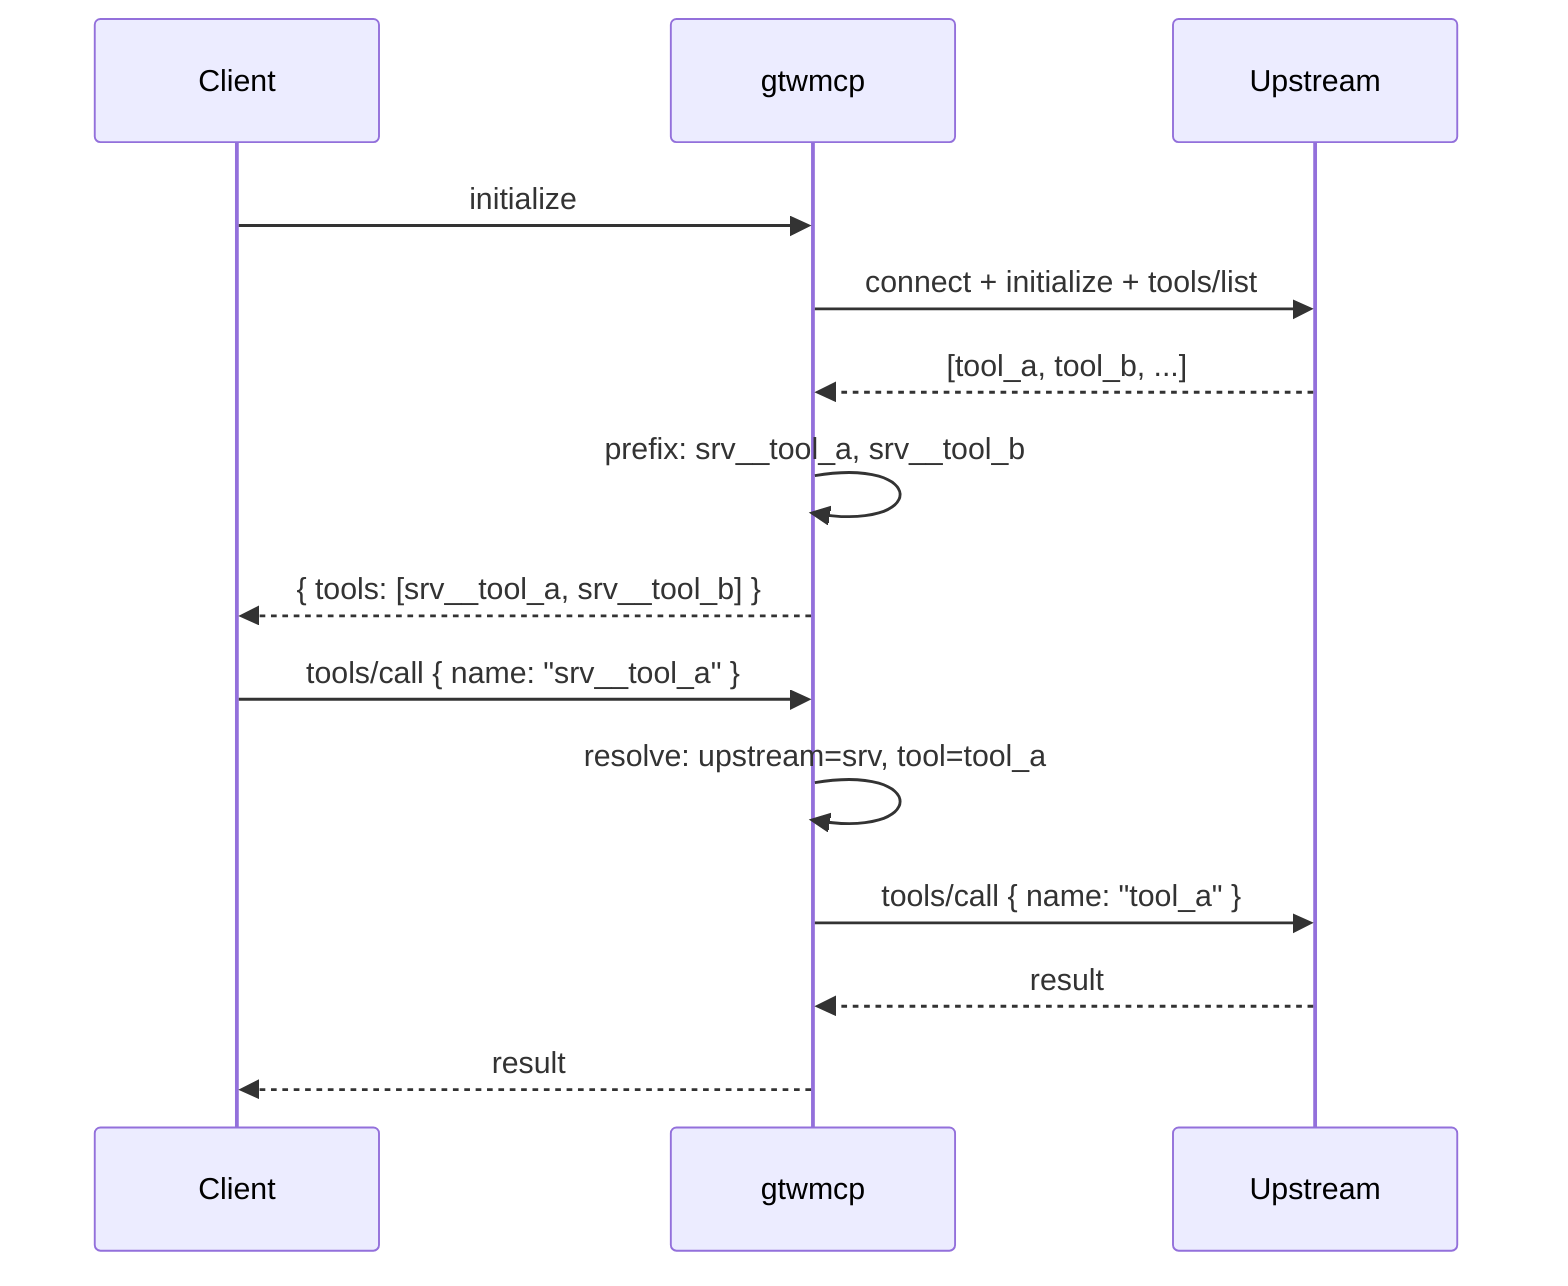
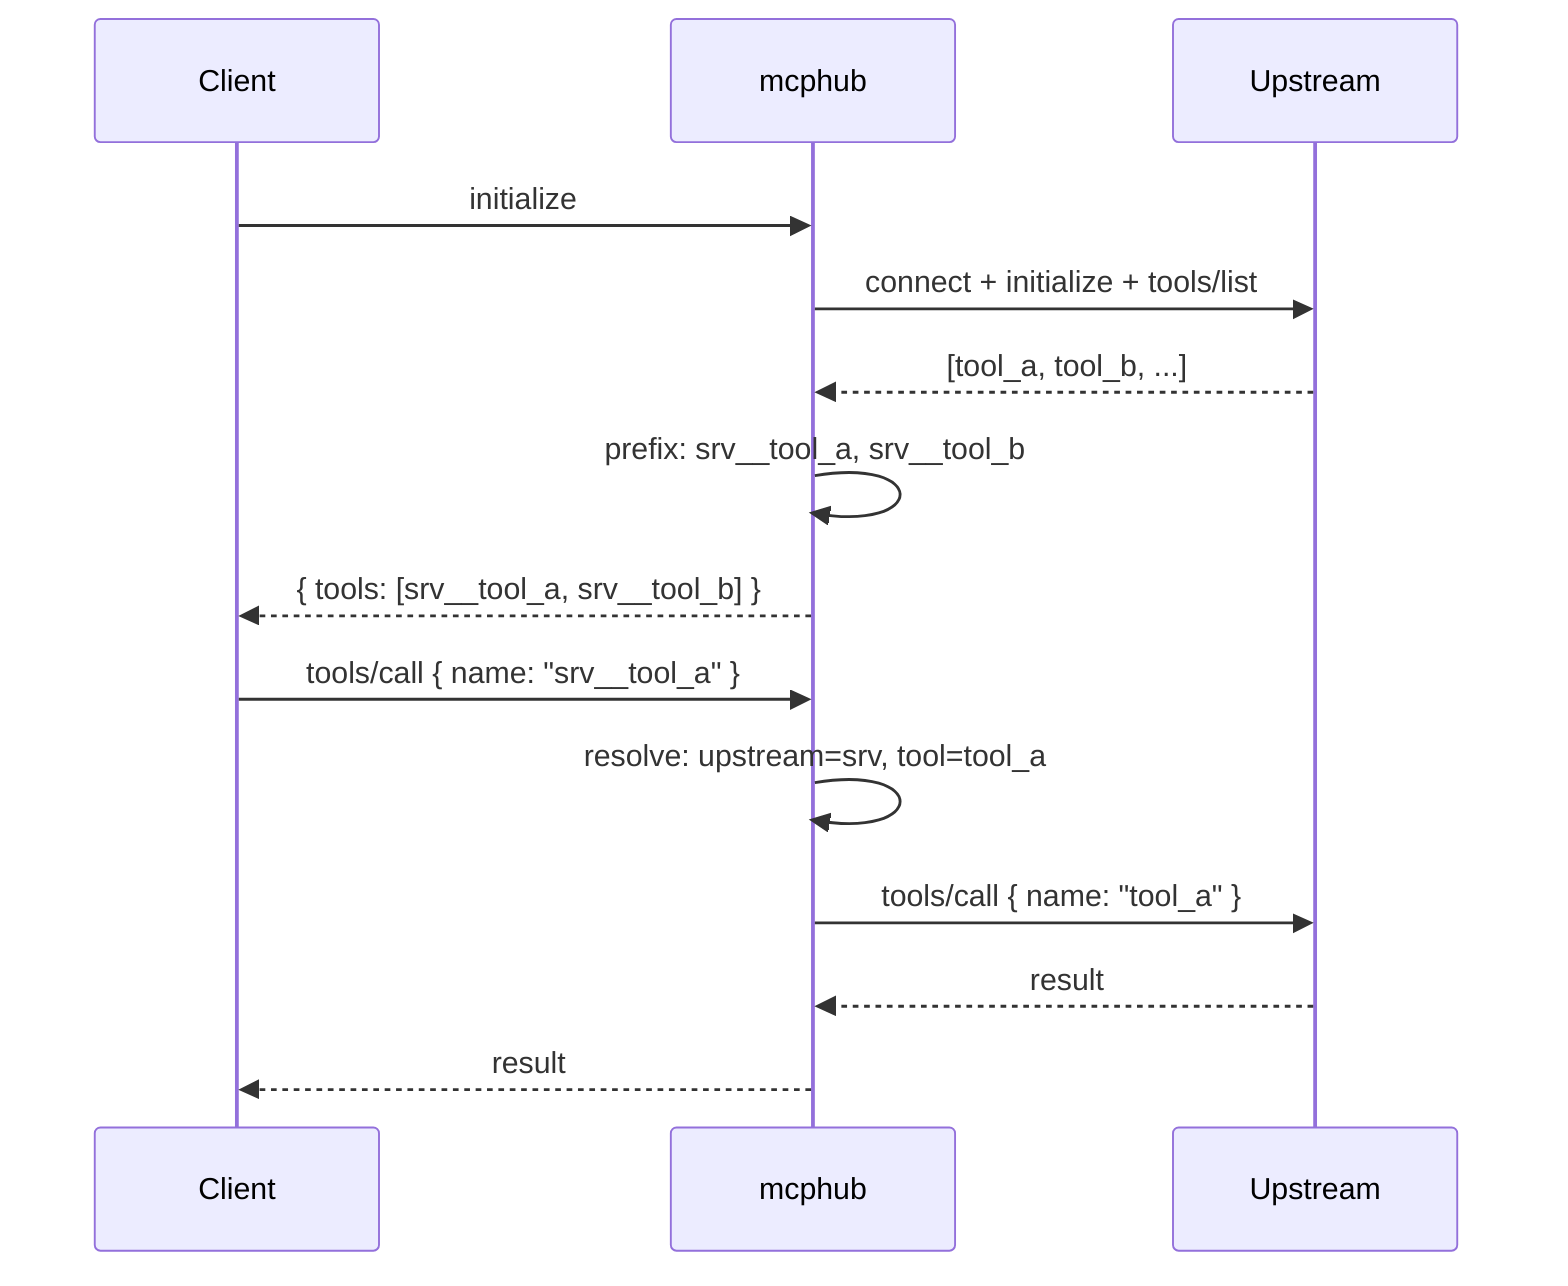
sequenceDiagram
    participant CC as Client
-     participant GW as gtwmcp
+     participant GW as mcphub
    participant UP as Upstream

    CC->>GW: initialize
    GW->>UP: connect + initialize + tools/list
    UP-->>GW: [tool_a, tool_b, ...]
    GW->>GW: prefix: srv__tool_a, srv__tool_b
    GW-->>CC: { tools: [srv__tool_a, srv__tool_b] }

    CC->>GW: tools/call { name: "srv__tool_a" }
    GW->>GW: resolve: upstream=srv, tool=tool_a
    GW->>UP: tools/call { name: "tool_a" }
    UP-->>GW: result
    GW-->>CC: result
